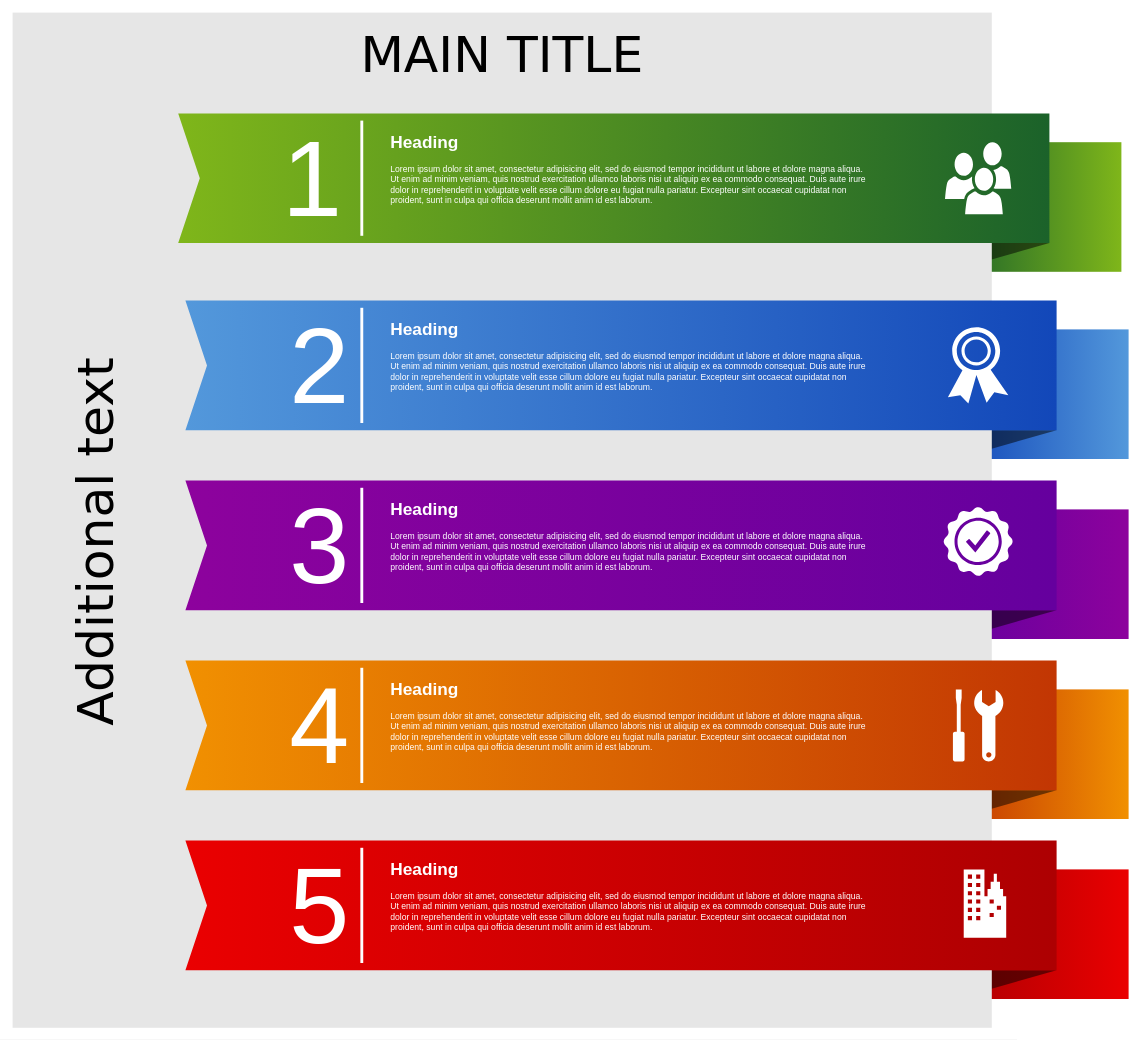
The draw.io diagram 未命名绘图.drawio in YunZh1Jun/tmp, before the edit. Source tidied: cells renumbered, new cells numbered last; positions are measured from the earlier drawing's top-left corner, leaving out a move shared by most shapes. Both pictures are drawn from the tidied source at 72%, with x=0, y=0 at pixel (12, 12).
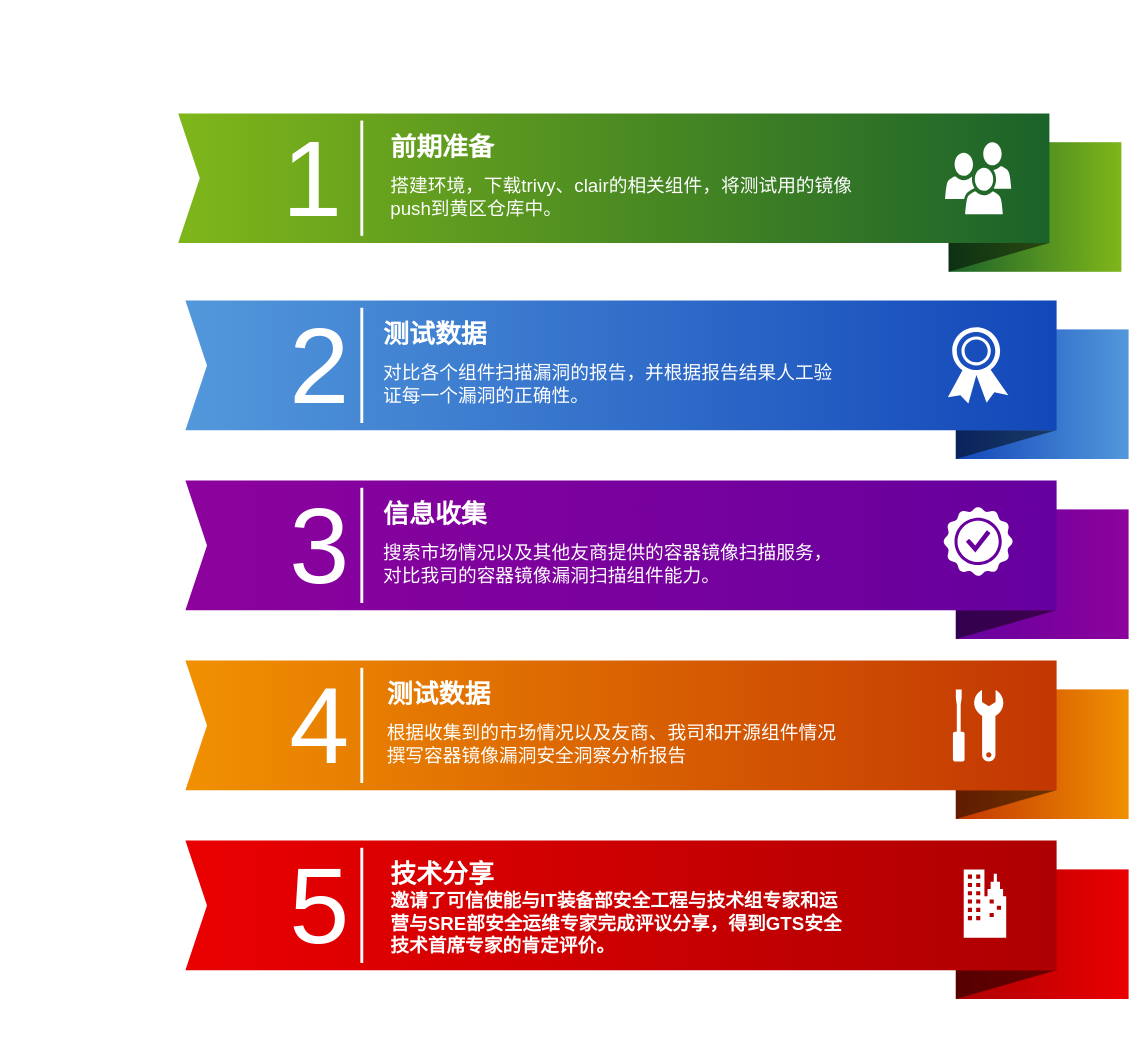
After the change.

Commit message (it also covers changes not shown here):
更新未命名绘图.drawio

Change to the diagram source:
```diff
@@
-    <mxCell id="12" value="MAIN TITLE" style="whiteSpace=wrap;html=1;rounded=0;shadow=0;dashed=0;strokeWidth=1;fillColor=#E6E6E6;fontFamily=Verdana;fontSize=70;strokeColor=none;verticalAlign=top;spacingTop=10;" parent="1" vertex="1">
-      <mxGeometry width="1360" height="1410" as="geometry" />
-    </mxCell>
@@
-    <mxCell id="18" value="Additional text" style="text;html=1;strokeColor=none;fillColor=none;align=center;verticalAlign=middle;whiteSpace=wrap;rounded=0;shadow=0;dashed=0;fontFamily=Verdana;fontSize=70;horizontal=0;" parent="1" vertex="1">
-      <mxGeometry x="50" y="140" width="130" height="1190" as="geometry" />
-    </mxCell>
@@
-    <mxCell id="29" value="&lt;h1&gt;Heading&lt;/h1&gt;&lt;p&gt;L&lt;span&gt;orem ipsum dolor sit amet, consectetur adipisicing elit, sed do eiusmod tempor incididunt ut labore et dolore magna aliqua. Ut enim ad minim veniam, quis nostrud exercitation ullamco laboris nisi ut aliquip ex ea commodo consequat. Duis aute irure dolor in reprehenderit in voluptate velit esse cillum dolore eu fugiat nulla pariatur. Excepteur sint occaecat cupidatat non proident, sunt in culpa qui officia deserunt mollit anim id est laborum.&lt;/span&gt;&lt;/p&gt;" style="text;html=1;strokeColor=none;fillColor=none;spacing=5;spacingTop=-20;whiteSpace=wrap;overflow=hidden;rounded=0;shadow=0;dashed=0;fontFamily=Helvetica;fontSize=12;fontColor=#FFFFFF;align=left;" parent="1" vertex="1">
-      <mxGeometry x="520" y="160" width="670" height="140" as="geometry" />
+    <mxCell id="29" value="&lt;h1&gt;&lt;p style=&quot;margin-top: 0pt; margin-bottom: 0pt; margin-left: 0in; direction: ltr; unicode-bidi: embed; word-break: normal;&quot;&gt;&lt;font style=&quot;font-size: 36px;&quot;&gt;前期准备&lt;/font&gt;&lt;/p&gt;&lt;/h1&gt;&lt;p style=&quot;margin-top: 0pt; margin-bottom: 0pt; margin-left: 0in; direction: ltr; unicode-bidi: embed; word-break: normal; font-size: 26px;&quot;&gt;搭建环境，下载&lt;span style=&quot;font-family: 黑体;&quot;&gt;trivy&lt;/span&gt;&lt;span style=&quot;font-family: 黑体;&quot;&gt;、&lt;/span&gt;&lt;span style=&quot;font-family: 黑体;&quot;&gt;clair&lt;/span&gt;&lt;span style=&quot;font-family: 黑体;&quot;&gt;的相关组件，将测试用的镜像&lt;/span&gt;&lt;span style=&quot;font-family: 黑体;&quot;&gt;push&lt;/span&gt;&lt;span style=&quot;font-family: 黑体;&quot;&gt;到黄区仓库中。&lt;/span&gt;&lt;/p&gt;" style="text;html=1;strokeColor=none;fillColor=none;spacing=5;spacingTop=-20;whiteSpace=wrap;overflow=hidden;rounded=0;shadow=0;dashed=0;fontFamily=Helvetica;fontSize=12;fontColor=#FFFFFF;align=left;" parent="1" vertex="1">
+      <mxGeometry x="520" y="160" width="650" height="140" as="geometry" />
     </mxCell>
-    <mxCell id="30" value="&lt;h1&gt;Heading&lt;/h1&gt;&lt;p&gt;L&lt;span&gt;orem ipsum dolor sit amet, consectetur adipisicing elit, sed do eiusmod tempor incididunt ut labore et dolore magna aliqua. Ut enim ad minim veniam, quis nostrud exercitation ullamco laboris nisi ut aliquip ex ea commodo consequat. Duis aute irure dolor in reprehenderit in voluptate velit esse cillum dolore eu fugiat nulla pariatur. Excepteur sint occaecat cupidatat non proident, sunt in culpa qui officia deserunt mollit anim id est laborum.&lt;/span&gt;&lt;/p&gt;" style="text;html=1;strokeColor=none;fillColor=none;spacing=5;spacingTop=-20;whiteSpace=wrap;overflow=hidden;rounded=0;shadow=0;dashed=0;fontFamily=Helvetica;fontSize=12;fontColor=#FFFFFF;align=left;" parent="1" vertex="1">
-      <mxGeometry x="520" y="420" width="670" height="140" as="geometry" />
-    </mxCell>
-    <mxCell id="31" value="&lt;h1&gt;Heading&lt;/h1&gt;&lt;p&gt;L&lt;span&gt;orem ipsum dolor sit amet, consectetur adipisicing elit, sed do eiusmod tempor incididunt ut labore et dolore magna aliqua. Ut enim ad minim veniam, quis nostrud exercitation ullamco laboris nisi ut aliquip ex ea commodo consequat. Duis aute irure dolor in reprehenderit in voluptate velit esse cillum dolore eu fugiat nulla pariatur. Excepteur sint occaecat cupidatat non proident, sunt in culpa qui officia deserunt mollit anim id est laborum.&lt;/span&gt;&lt;/p&gt;" style="text;html=1;strokeColor=none;fillColor=none;spacing=5;spacingTop=-20;whiteSpace=wrap;overflow=hidden;rounded=0;shadow=0;dashed=0;fontFamily=Helvetica;fontSize=12;fontColor=#FFFFFF;align=left;" parent="1" vertex="1">
-      <mxGeometry x="520" y="670" width="670" height="140" as="geometry" />
-    </mxCell>
-    <mxCell id="32" value="&lt;h1&gt;Heading&lt;/h1&gt;&lt;p&gt;L&lt;span&gt;orem ipsum dolor sit amet, consectetur adipisicing elit, sed do eiusmod tempor incididunt ut labore et dolore magna aliqua. Ut enim ad minim veniam, quis nostrud exercitation ullamco laboris nisi ut aliquip ex ea commodo consequat. Duis aute irure dolor in reprehenderit in voluptate velit esse cillum dolore eu fugiat nulla pariatur. Excepteur sint occaecat cupidatat non proident, sunt in culpa qui officia deserunt mollit anim id est laborum.&lt;/span&gt;&lt;/p&gt;" style="text;html=1;strokeColor=none;fillColor=none;spacing=5;spacingTop=-20;whiteSpace=wrap;overflow=hidden;rounded=0;shadow=0;dashed=0;fontFamily=Helvetica;fontSize=12;fontColor=#FFFFFF;align=left;" parent="1" vertex="1">
-      <mxGeometry x="520" y="920" width="670" height="140" as="geometry" />
-    </mxCell>
-    <mxCell id="33" value="&lt;h1&gt;Heading&lt;/h1&gt;&lt;p&gt;L&lt;span&gt;orem ipsum dolor sit amet, consectetur adipisicing elit, sed do eiusmod tempor incididunt ut labore et dolore magna aliqua. Ut enim ad minim veniam, quis nostrud exercitation ullamco laboris nisi ut aliquip ex ea commodo consequat. Duis aute irure dolor in reprehenderit in voluptate velit esse cillum dolore eu fugiat nulla pariatur. Excepteur sint occaecat cupidatat non proident, sunt in culpa qui officia deserunt mollit anim id est laborum.&lt;/span&gt;&lt;/p&gt;" style="text;html=1;strokeColor=none;fillColor=none;spacing=5;spacingTop=-20;whiteSpace=wrap;overflow=hidden;rounded=0;shadow=0;dashed=0;fontFamily=Helvetica;fontSize=12;fontColor=#FFFFFF;align=left;" parent="1" vertex="1">
-      <mxGeometry x="520" y="1170" width="670" height="140" as="geometry" />
-    </mxCell>
@@
+    <mxCell id="39" value="&lt;h1&gt;&lt;p style=&quot;margin-top: 0pt; margin-bottom: 0pt; margin-left: 0in; direction: ltr; unicode-bidi: embed; word-break: normal;&quot;&gt;&lt;font style=&quot;font-size: 36px;&quot;&gt;测试数据&lt;/font&gt;&lt;/p&gt;&lt;/h1&gt;&lt;p style=&quot;margin-top: 0pt; margin-bottom: 0pt; margin-left: 0in; direction: ltr; unicode-bidi: embed; word-break: normal;&quot;&gt;&lt;span style=&quot;background-color: initial; font-size: 26px;&quot;&gt;对比各个组件扫描漏洞的报告，并根据报告结果人工验证每一个漏洞的正确性。&lt;/span&gt;&lt;/p&gt;&lt;div&gt;&lt;span style=&quot;background-color: initial;&quot;&gt;&lt;br&gt;&lt;/span&gt;&lt;/div&gt;" style="text;html=1;strokeColor=none;fillColor=none;spacing=5;spacingTop=-20;whiteSpace=wrap;overflow=hidden;rounded=0;shadow=0;dashed=0;fontFamily=Helvetica;fontSize=12;fontColor=#FFFFFF;align=left;" parent="1" vertex="1">
+      <mxGeometry x="510" y="420" width="640" height="140" as="geometry" />
+    </mxCell>
+    <mxCell id="40" value="&lt;h1&gt;&lt;p style=&quot;margin-top: 0pt; margin-bottom: 0pt; margin-left: 0in; direction: ltr; unicode-bidi: embed; word-break: normal;&quot;&gt;&lt;font style=&quot;font-size: 36px;&quot;&gt;信息收集&lt;/font&gt;&lt;/p&gt;&lt;/h1&gt;&lt;p style=&quot;margin-top: 0pt; margin-bottom: 0pt; margin-left: 0in; direction: ltr; unicode-bidi: embed; word-break: normal;&quot;&gt;&lt;font style=&quot;font-size: 26px;&quot;&gt;搜索市场情况以及其他友商提供的容器镜像扫描服务，对比我司的容器镜像漏洞扫描组件能力。&lt;/font&gt;&lt;/p&gt;&lt;div style=&quot;font-size: 24px;&quot;&gt;&lt;br&gt;&lt;/div&gt;&lt;div&gt;&lt;span style=&quot;background-color: initial;&quot;&gt;&lt;br&gt;&lt;/span&gt;&lt;/div&gt;" style="text;html=1;strokeColor=none;fillColor=none;spacing=5;spacingTop=-20;whiteSpace=wrap;overflow=hidden;rounded=0;shadow=0;dashed=0;fontFamily=Helvetica;fontSize=12;fontColor=#FFFFFF;align=left;" parent="1" vertex="1">
+      <mxGeometry x="510" y="670" width="640" height="140" as="geometry" />
+    </mxCell>
+    <mxCell id="41" value="&lt;h1&gt;&lt;p style=&quot;margin-top: 0pt; margin-bottom: 0pt; margin-left: 0in; direction: ltr; unicode-bidi: embed; word-break: normal;&quot;&gt;&lt;font style=&quot;font-size: 36px;&quot;&gt;测试数据&lt;/font&gt;&lt;/p&gt;&lt;/h1&gt;&lt;p style=&quot;margin-top: 0pt; margin-bottom: 0pt; margin-left: 0in; direction: ltr; unicode-bidi: embed; word-break: normal; font-size: 26px;&quot;&gt;&lt;font style=&quot;font-size: 26px;&quot;&gt;根据收集到的市场情况以及友商、我司和开源组件情况撰写容器镜像漏洞安全洞察分析报告&lt;/font&gt;&lt;/p&gt;&lt;div style=&quot;font-size: 26px;&quot;&gt;&lt;br&gt;&lt;/div&gt;&lt;div&gt;&lt;span style=&quot;background-color: initial;&quot;&gt;&lt;br&gt;&lt;/span&gt;&lt;/div&gt;" style="text;html=1;strokeColor=none;fillColor=none;spacing=5;spacingTop=-20;whiteSpace=wrap;overflow=hidden;rounded=0;shadow=0;dashed=0;fontFamily=Helvetica;fontSize=12;fontColor=#FFFFFF;align=left;" parent="1" vertex="1">
+      <mxGeometry x="515" y="920" width="640" height="140" as="geometry" />
+    </mxCell>
+    <mxCell id="42" value="&lt;h1 style=&quot;font-size: 26px;&quot;&gt;&lt;p style=&quot;margin-top: 0pt; margin-bottom: 0pt; margin-left: 0in; direction: ltr; unicode-bidi: embed; word-break: normal;&quot;&gt;&lt;span style=&quot;font-size: 36px;&quot;&gt;技术分享&lt;/span&gt;&lt;/p&gt;&lt;p style=&quot;margin-top: 0pt; margin-bottom: 0pt; margin-left: 0in; direction: ltr; unicode-bidi: embed; word-break: normal;&quot;&gt;邀请了可信使能与&lt;span style=&quot;font-family: 黑体;&quot;&gt;IT&lt;/span&gt;&lt;span style=&quot;font-family: 黑体;&quot;&gt;装备部安全工程与技术组专家和运营与&lt;/span&gt;&lt;span style=&quot;font-family: 黑体;&quot;&gt;SRE&lt;/span&gt;&lt;span style=&quot;font-family: 黑体;&quot;&gt;部安全运维专家完成评议分享，得到&lt;/span&gt;&lt;span style=&quot;font-family: 黑体;&quot;&gt;GTS&lt;/span&gt;&lt;span style=&quot;font-family: 黑体;&quot;&gt;安全技术首席专家的肯定评价。&lt;/span&gt;&lt;/p&gt;&lt;/h1&gt;" style="text;html=1;strokeColor=none;fillColor=none;spacing=5;spacingTop=-20;whiteSpace=wrap;overflow=hidden;rounded=0;shadow=0;dashed=0;fontFamily=Helvetica;fontSize=12;fontColor=#FFFFFF;align=left;" parent="1" vertex="1">
+      <mxGeometry x="520" y="1167.5" width="640" height="140" as="geometry" />
+    </mxCell>
```
